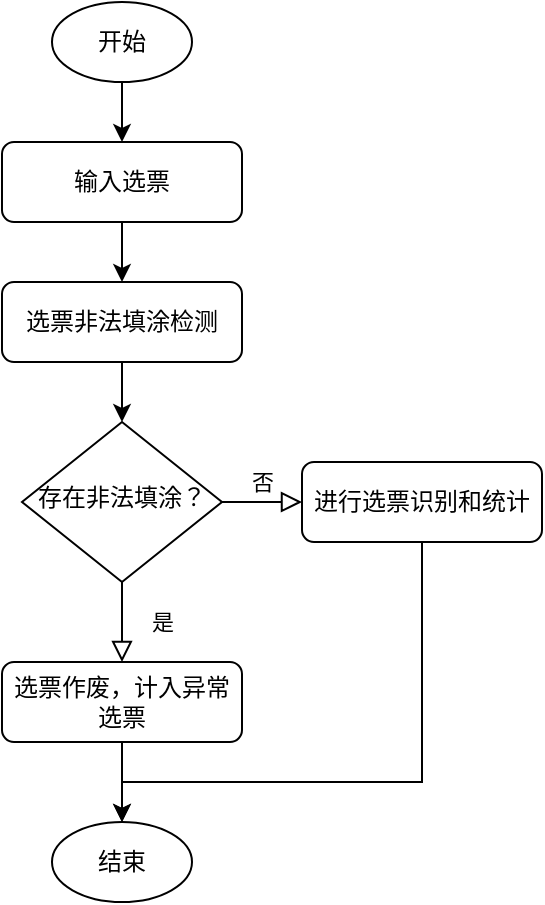
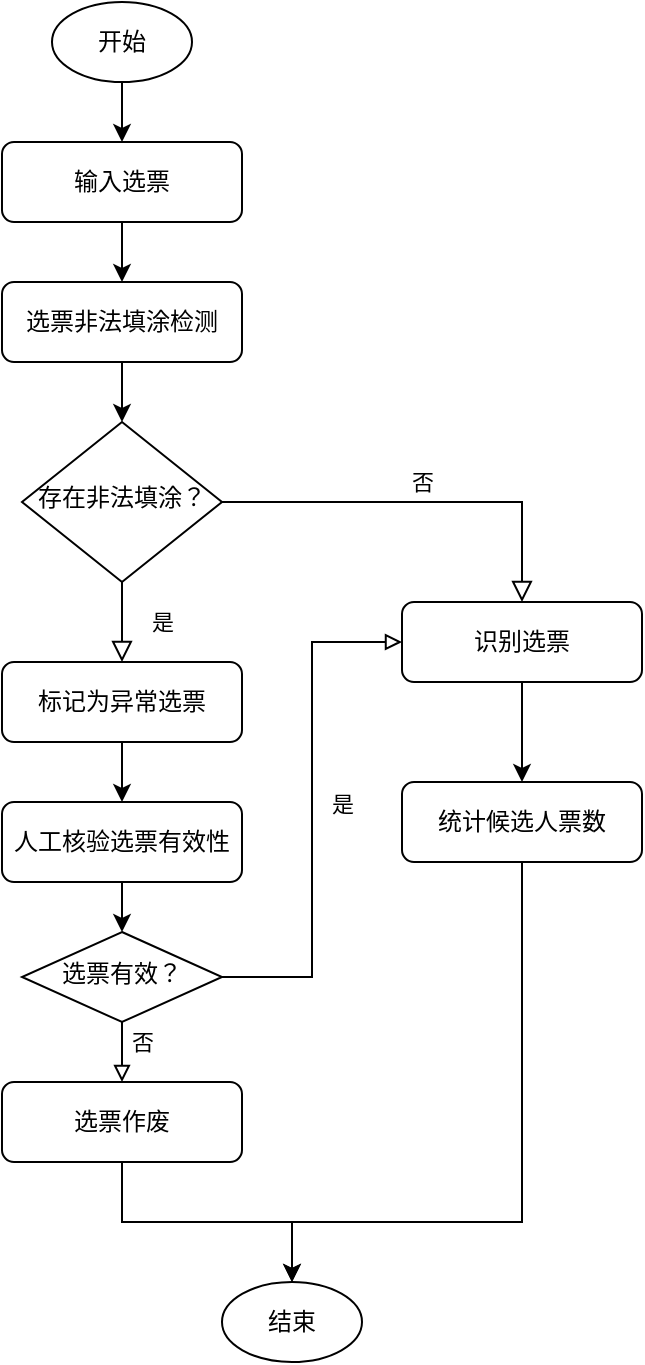
<mxfile host="app.diagrams.net">
  <diagram id="C5RBs43oDa-KdzZeNtuy" name="Page-1">
    <mxGraphModel dx="1414" dy="743" grid="1" gridSize="10" guides="1" tooltips="1" connect="1" arrows="1" fold="1" page="1" pageScale="1" pageWidth="827" pageHeight="1169" math="0" shadow="0">
      <root>
        <mxCell id="WIyWlLk6GJQsqaUBKTNV-0" />
        <mxCell id="WIyWlLk6GJQsqaUBKTNV-1" parent="WIyWlLk6GJQsqaUBKTNV-0" />
        <mxCell id="Xj1DMl4-Wmvy_fAc6vai-2" edge="1" parent="WIyWlLk6GJQsqaUBKTNV-1" source="WIyWlLk6GJQsqaUBKTNV-3" style="edgeStyle=orthogonalEdgeStyle;rounded=0;orthogonalLoop=1;jettySize=auto;html=1;exitX=0.5;exitY=1;exitDx=0;exitDy=0;entryX=0.5;entryY=0;entryDx=0;entryDy=0;" target="WIyWlLk6GJQsqaUBKTNV-6">
          <mxGeometry relative="1" as="geometry" />
        </mxCell>
        <mxCell id="WIyWlLk6GJQsqaUBKTNV-3" parent="WIyWlLk6GJQsqaUBKTNV-1" style="rounded=1;whiteSpace=wrap;html=1;fontSize=12;glass=0;strokeWidth=1;shadow=0;" value="选票非法填涂检测" vertex="1">
          <mxGeometry height="40" width="120" x="160" y="220" as="geometry" />
        </mxCell>
        <mxCell id="WIyWlLk6GJQsqaUBKTNV-4" edge="1" parent="WIyWlLk6GJQsqaUBKTNV-1" source="WIyWlLk6GJQsqaUBKTNV-6" style="rounded=0;html=1;jettySize=auto;orthogonalLoop=1;fontSize=11;endArrow=block;endFill=0;endSize=8;strokeWidth=1;shadow=0;labelBackgroundColor=none;edgeStyle=orthogonalEdgeStyle;entryX=0.5;entryY=0;entryDx=0;entryDy=0;" target="WIyWlLk6GJQsqaUBKTNV-11" value="是">
          <mxGeometry relative="1" y="20" as="geometry">
            <mxPoint as="offset" />
            <Array as="points" />
            <mxPoint x="220" y="440" as="targetPoint" />
          </mxGeometry>
        </mxCell>
        <mxCell id="WIyWlLk6GJQsqaUBKTNV-5" edge="1" parent="WIyWlLk6GJQsqaUBKTNV-1" source="WIyWlLk6GJQsqaUBKTNV-6" style="edgeStyle=orthogonalEdgeStyle;rounded=0;html=1;jettySize=auto;orthogonalLoop=1;fontSize=11;endArrow=block;endFill=0;endSize=8;strokeWidth=1;shadow=0;labelBackgroundColor=none;" target="WIyWlLk6GJQsqaUBKTNV-7" value="否">
          <mxGeometry relative="1" y="10" as="geometry">
            <mxPoint as="offset" />
          </mxGeometry>
        </mxCell>
        <mxCell id="WIyWlLk6GJQsqaUBKTNV-6" parent="WIyWlLk6GJQsqaUBKTNV-1" style="rhombus;whiteSpace=wrap;html=1;shadow=0;fontFamily=Helvetica;fontSize=12;align=center;strokeWidth=1;spacing=6;spacingTop=-4;" value="存在非法填涂？" vertex="1">
          <mxGeometry height="80" width="100" x="170" y="290" as="geometry" />
        </mxCell>
-         <mxCell id="Xj1DMl4-Wmvy_fAc6vai-10" edge="1" parent="WIyWlLk6GJQsqaUBKTNV-1" source="WIyWlLk6GJQsqaUBKTNV-7" style="edgeStyle=orthogonalEdgeStyle;rounded=0;orthogonalLoop=1;jettySize=auto;html=1;exitX=0.5;exitY=1;exitDx=0;exitDy=0;entryX=0.5;entryY=0;entryDx=0;entryDy=0;" target="Xj1DMl4-Wmvy_fAc6vai-8">
+         <mxCell id="Xj1DMl4-Wmvy_fAc6vai-10" edge="1" parent="WIyWlLk6GJQsqaUBKTNV-1" source="ngP3ls1HaMsa2A7htyV5-0" style="edgeStyle=orthogonalEdgeStyle;rounded=0;orthogonalLoop=1;jettySize=auto;html=1;exitX=0.5;exitY=1;exitDx=0;exitDy=0;entryX=0.5;entryY=0;entryDx=0;entryDy=0;" target="Xj1DMl4-Wmvy_fAc6vai-8">
          <mxGeometry relative="1" as="geometry">
            <Array as="points">
-               <mxPoint x="370" y="470" />
-               <mxPoint x="220" y="470" />
+               <mxPoint x="420" y="690" />
+               <mxPoint x="305" y="690" />
            </Array>
          </mxGeometry>
        </mxCell>
-         <mxCell id="WIyWlLk6GJQsqaUBKTNV-7" parent="WIyWlLk6GJQsqaUBKTNV-1" style="rounded=1;whiteSpace=wrap;html=1;fontSize=12;glass=0;strokeWidth=1;shadow=0;" value="进行选票识别和统计" vertex="1">
-           <mxGeometry height="40" width="120" x="310" y="310" as="geometry" />
-         </mxCell>
-         <mxCell id="Xj1DMl4-Wmvy_fAc6vai-9" edge="1" parent="WIyWlLk6GJQsqaUBKTNV-1" source="WIyWlLk6GJQsqaUBKTNV-11" style="edgeStyle=orthogonalEdgeStyle;rounded=0;orthogonalLoop=1;jettySize=auto;html=1;exitX=0.5;exitY=1;exitDx=0;exitDy=0;entryX=0.5;entryY=0;entryDx=0;entryDy=0;" target="Xj1DMl4-Wmvy_fAc6vai-8">
+         <mxCell id="ngP3ls1HaMsa2A7htyV5-11" edge="1" parent="WIyWlLk6GJQsqaUBKTNV-1" source="WIyWlLk6GJQsqaUBKTNV-7" style="edgeStyle=orthogonalEdgeStyle;rounded=0;orthogonalLoop=1;jettySize=auto;html=1;exitX=0.5;exitY=1;exitDx=0;exitDy=0;" target="ngP3ls1HaMsa2A7htyV5-0">
          <mxGeometry relative="1" as="geometry" />
        </mxCell>
-         <mxCell id="WIyWlLk6GJQsqaUBKTNV-11" parent="WIyWlLk6GJQsqaUBKTNV-1" style="rounded=1;whiteSpace=wrap;html=1;fontSize=12;glass=0;strokeWidth=1;shadow=0;" value="选票作废，计入异常选票" vertex="1">
+         <mxCell id="WIyWlLk6GJQsqaUBKTNV-7" parent="WIyWlLk6GJQsqaUBKTNV-1" style="rounded=1;whiteSpace=wrap;html=1;fontSize=12;glass=0;strokeWidth=1;shadow=0;" value="识别选票" vertex="1">
+           <mxGeometry height="40" width="120" x="360" y="380" as="geometry" />
+         </mxCell>
+         <mxCell id="ngP3ls1HaMsa2A7htyV5-6" edge="1" parent="WIyWlLk6GJQsqaUBKTNV-1" source="WIyWlLk6GJQsqaUBKTNV-11" style="edgeStyle=orthogonalEdgeStyle;rounded=0;orthogonalLoop=1;jettySize=auto;html=1;exitX=0.5;exitY=1;exitDx=0;exitDy=0;entryX=0.5;entryY=0;entryDx=0;entryDy=0;" target="ngP3ls1HaMsa2A7htyV5-1">
+           <mxGeometry relative="1" as="geometry" />
+         </mxCell>
+         <mxCell id="WIyWlLk6GJQsqaUBKTNV-11" parent="WIyWlLk6GJQsqaUBKTNV-1" style="rounded=1;whiteSpace=wrap;html=1;fontSize=12;glass=0;strokeWidth=1;shadow=0;" value="标记为异常选票" vertex="1">
          <mxGeometry height="40" width="120" x="160" y="410" as="geometry" />
        </mxCell>
        <mxCell id="Xj1DMl4-Wmvy_fAc6vai-1" edge="1" parent="WIyWlLk6GJQsqaUBKTNV-1" source="Xj1DMl4-Wmvy_fAc6vai-4" style="edgeStyle=orthogonalEdgeStyle;rounded=0;orthogonalLoop=1;jettySize=auto;html=1;exitX=0.5;exitY=1;exitDx=0;exitDy=0;entryX=0.5;entryY=0;entryDx=0;entryDy=0;" target="WIyWlLk6GJQsqaUBKTNV-3">
          <mxGeometry relative="1" as="geometry">
            <mxPoint x="220" y="190" as="sourcePoint" />
          </mxGeometry>
        </mxCell>
        <mxCell id="Xj1DMl4-Wmvy_fAc6vai-6" edge="1" parent="WIyWlLk6GJQsqaUBKTNV-1" source="Xj1DMl4-Wmvy_fAc6vai-3" style="edgeStyle=orthogonalEdgeStyle;rounded=0;orthogonalLoop=1;jettySize=auto;html=1;exitX=0.5;exitY=1;exitDx=0;exitDy=0;entryX=0.5;entryY=0;entryDx=0;entryDy=0;" target="Xj1DMl4-Wmvy_fAc6vai-4">
          <mxGeometry relative="1" as="geometry" />
        </mxCell>
        <mxCell id="Xj1DMl4-Wmvy_fAc6vai-3" parent="WIyWlLk6GJQsqaUBKTNV-1" style="ellipse;whiteSpace=wrap;html=1;" value="开始" vertex="1">
          <mxGeometry height="40" width="70" x="185" y="80" as="geometry" />
        </mxCell>
        <mxCell id="Xj1DMl4-Wmvy_fAc6vai-4" parent="WIyWlLk6GJQsqaUBKTNV-1" style="rounded=1;whiteSpace=wrap;html=1;fontSize=12;glass=0;strokeWidth=1;shadow=0;" value="输入选票" vertex="1">
          <mxGeometry height="40" width="120" x="160" y="150" as="geometry" />
        </mxCell>
        <mxCell id="Xj1DMl4-Wmvy_fAc6vai-8" parent="WIyWlLk6GJQsqaUBKTNV-1" style="ellipse;whiteSpace=wrap;html=1;" value="结束" vertex="1">
-           <mxGeometry height="40" width="70" x="185" y="490" as="geometry" />
+           <mxGeometry height="40" width="70" x="270" y="720" as="geometry" />
+         </mxCell>
+         <mxCell id="ngP3ls1HaMsa2A7htyV5-0" parent="WIyWlLk6GJQsqaUBKTNV-1" style="rounded=1;whiteSpace=wrap;html=1;fontSize=12;glass=0;strokeWidth=1;shadow=0;" value="统计候选人票数" vertex="1">
+           <mxGeometry height="40" width="120" x="360" y="470" as="geometry" />
+         </mxCell>
+         <mxCell id="ngP3ls1HaMsa2A7htyV5-7" edge="1" parent="WIyWlLk6GJQsqaUBKTNV-1" source="ngP3ls1HaMsa2A7htyV5-1" style="edgeStyle=orthogonalEdgeStyle;rounded=0;orthogonalLoop=1;jettySize=auto;html=1;exitX=0.5;exitY=1;exitDx=0;exitDy=0;entryX=0.5;entryY=0;entryDx=0;entryDy=0;" target="ngP3ls1HaMsa2A7htyV5-2">
+           <mxGeometry relative="1" as="geometry" />
+         </mxCell>
+         <mxCell id="ngP3ls1HaMsa2A7htyV5-1" parent="WIyWlLk6GJQsqaUBKTNV-1" style="rounded=1;whiteSpace=wrap;html=1;fontSize=12;glass=0;strokeWidth=1;shadow=0;" value="人工核验选票有效性" vertex="1">
+           <mxGeometry height="40" width="120" x="160" y="480" as="geometry" />
+         </mxCell>
+         <mxCell id="ngP3ls1HaMsa2A7htyV5-3" edge="1" parent="WIyWlLk6GJQsqaUBKTNV-1" source="ngP3ls1HaMsa2A7htyV5-2" style="edgeStyle=orthogonalEdgeStyle;rounded=0;orthogonalLoop=1;jettySize=auto;html=1;entryX=0;entryY=0.5;entryDx=0;entryDy=0;endArrow=block;endFill=0;" target="WIyWlLk6GJQsqaUBKTNV-7">
+           <mxGeometry relative="1" as="geometry" />
+         </mxCell>
+         <mxCell id="ngP3ls1HaMsa2A7htyV5-4" connectable="0" parent="ngP3ls1HaMsa2A7htyV5-3" style="edgeLabel;html=1;align=center;verticalAlign=middle;resizable=0;points=[];" value="是" vertex="1">
+           <mxGeometry relative="1" x="0.0214" y="1" as="geometry">
+             <mxPoint x="16" as="offset" />
+           </mxGeometry>
+         </mxCell>
+         <mxCell id="ngP3ls1HaMsa2A7htyV5-9" edge="1" parent="WIyWlLk6GJQsqaUBKTNV-1" source="ngP3ls1HaMsa2A7htyV5-2" style="edgeStyle=orthogonalEdgeStyle;rounded=0;orthogonalLoop=1;jettySize=auto;html=1;exitX=0.5;exitY=1;exitDx=0;exitDy=0;entryX=0.5;entryY=0;entryDx=0;entryDy=0;endArrow=block;endFill=0;" target="ngP3ls1HaMsa2A7htyV5-8">
+           <mxGeometry relative="1" as="geometry" />
+         </mxCell>
+         <mxCell id="ngP3ls1HaMsa2A7htyV5-12" connectable="0" parent="ngP3ls1HaMsa2A7htyV5-9" style="edgeLabel;html=1;align=center;verticalAlign=middle;resizable=0;points=[];" value="否" vertex="1">
+           <mxGeometry relative="1" x="-0.5333" y="1" as="geometry">
+             <mxPoint x="9" y="3" as="offset" />
+           </mxGeometry>
+         </mxCell>
+         <mxCell id="ngP3ls1HaMsa2A7htyV5-2" parent="WIyWlLk6GJQsqaUBKTNV-1" style="rhombus;whiteSpace=wrap;html=1;shadow=0;fontFamily=Helvetica;fontSize=12;align=center;strokeWidth=1;spacing=6;spacingTop=-4;" value="选票有效？" vertex="1">
+           <mxGeometry height="45" width="100" x="170" y="545" as="geometry" />
+         </mxCell>
+         <mxCell id="ngP3ls1HaMsa2A7htyV5-10" edge="1" parent="WIyWlLk6GJQsqaUBKTNV-1" source="ngP3ls1HaMsa2A7htyV5-8" style="edgeStyle=orthogonalEdgeStyle;rounded=0;orthogonalLoop=1;jettySize=auto;html=1;exitX=0.5;exitY=1;exitDx=0;exitDy=0;entryX=0.5;entryY=0;entryDx=0;entryDy=0;" target="Xj1DMl4-Wmvy_fAc6vai-8">
+           <mxGeometry relative="1" as="geometry" />
+         </mxCell>
+         <mxCell id="ngP3ls1HaMsa2A7htyV5-8" parent="WIyWlLk6GJQsqaUBKTNV-1" style="rounded=1;whiteSpace=wrap;html=1;fontSize=12;glass=0;strokeWidth=1;shadow=0;" value="选票作废" vertex="1">
+           <mxGeometry height="40" width="120" x="160" y="620" as="geometry" />
        </mxCell>
      </root>
    </mxGraphModel>
  </diagram>
</mxfile>
